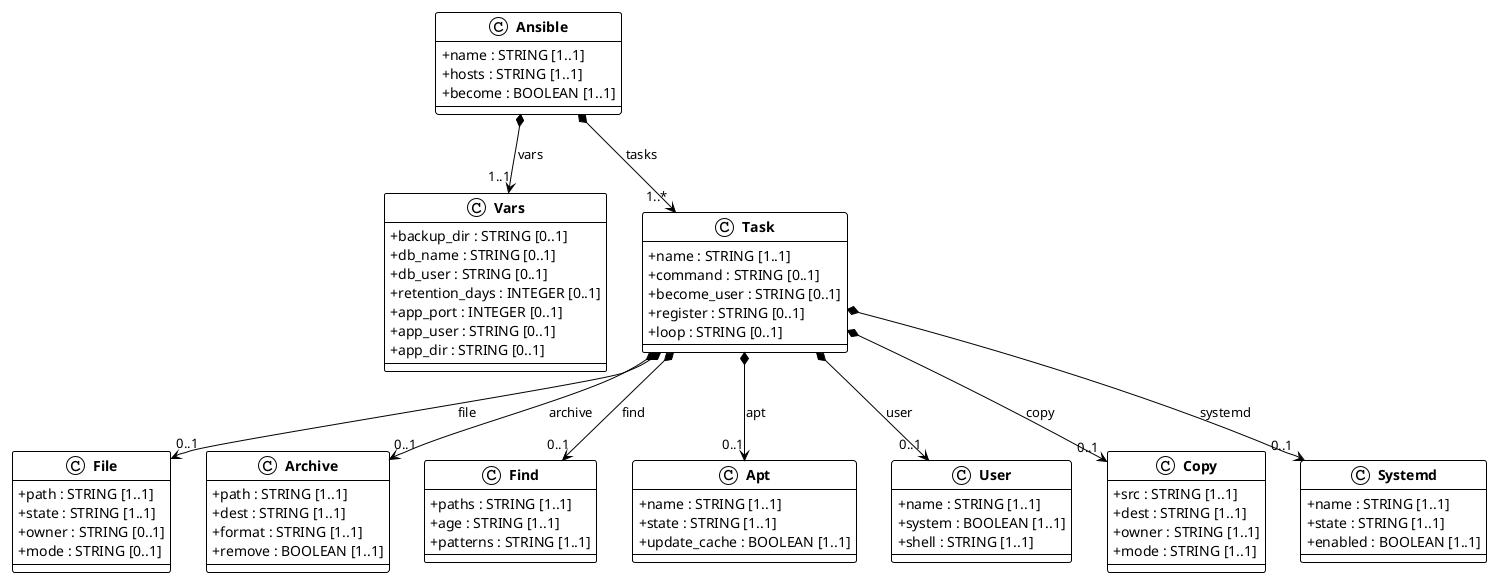
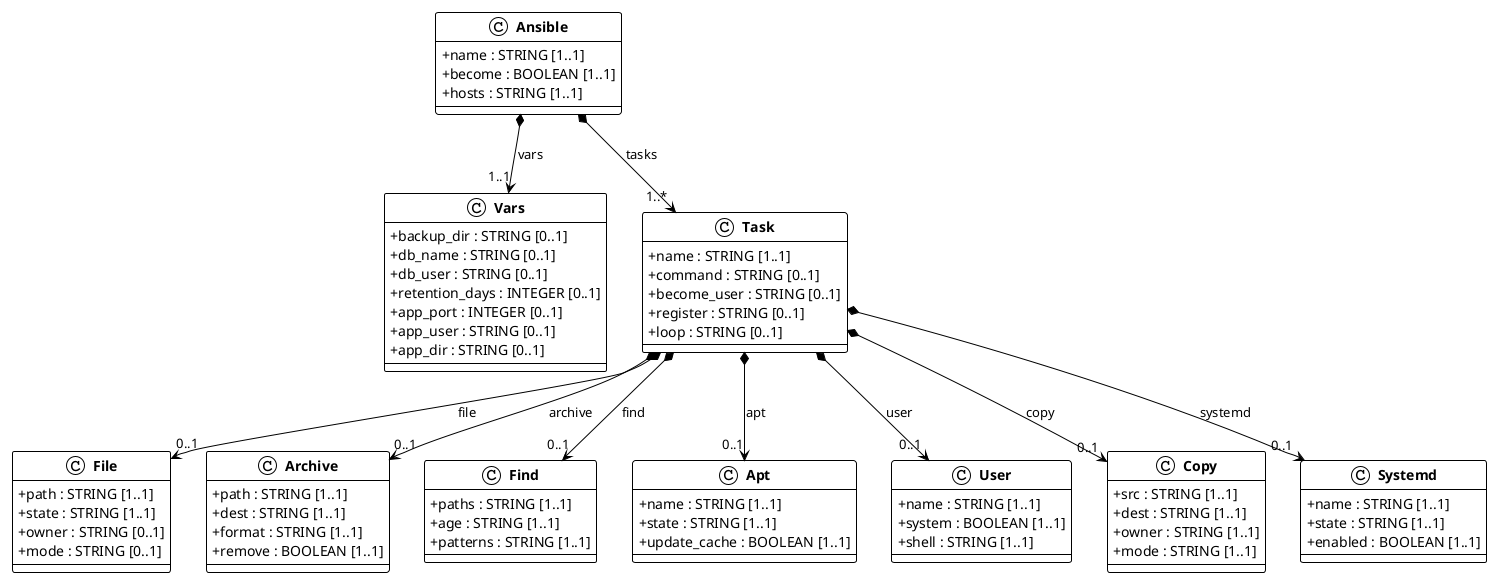
@startuml ansible
!theme plain
skinparam classAttributeIconSize 0
skinparam classFontStyle bold

class Ansible{
  + name : STRING [1..1]
+   + become : BOOLEAN [1..1]
  + hosts : STRING [1..1]
-   + become : BOOLEAN [1..1]
}

class Vars{
  + backup_dir : STRING [0..1]
  + db_name : STRING [0..1]
  + db_user : STRING [0..1]
  + retention_days : INTEGER [0..1]
  + app_port : INTEGER [0..1]
  + app_user : STRING [0..1]
  + app_dir : STRING [0..1]
}

class Task{
  + name : STRING [1..1]
  + command : STRING [0..1]
  + become_user : STRING [0..1]
  + register : STRING [0..1]
  + loop : STRING [0..1]
}

class File{
  + path : STRING [1..1]
  + state : STRING [1..1]
  + owner : STRING [0..1]
  + mode : STRING [0..1]
}

class Archive{
  + path : STRING [1..1]
  + dest : STRING [1..1]
  + format : STRING [1..1]
  + remove : BOOLEAN [1..1]
}

class Find{
  + paths : STRING [1..1]
  + age : STRING [1..1]
  + patterns : STRING [1..1]
}

class Apt{
  + name : STRING [1..1]
  + state : STRING [1..1]
  + update_cache : BOOLEAN [1..1]
}

class User{
  + name : STRING [1..1]
  + system : BOOLEAN [1..1]
  + shell : STRING [1..1]
}

class Copy{
  + src : STRING [1..1]
  + dest : STRING [1..1]
  + owner : STRING [1..1]
  + mode : STRING [1..1]
}

class Systemd{
  + name : STRING [1..1]
  + state : STRING [1..1]
  + enabled : BOOLEAN [1..1]
}

Ansible *--> "1..1" Vars : vars
Ansible *--> "1..*" Task : tasks
Task *--> "0..1" File : file
Task *--> "0..1" Archive : archive
Task *--> "0..1" Find : find
Task *--> "0..1" Apt : apt
Task *--> "0..1" User : user
Task *--> "0..1" Copy : copy
Task *--> "0..1" Systemd : systemd

@enduml
